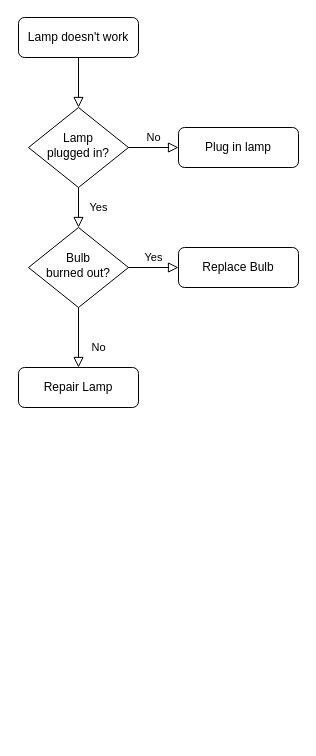
This is test.drawio from huaruoji/draw.io, a draw.io file, before an edit. Source tidied: cells renumbered, new cells numbered last; positions are measured from the earlier drawing's top-left corner, leaving out a move shared by most shapes. Both pictures are drawn from the tidied source at 100%, with x=0, y=0 at pixel (18, 17).
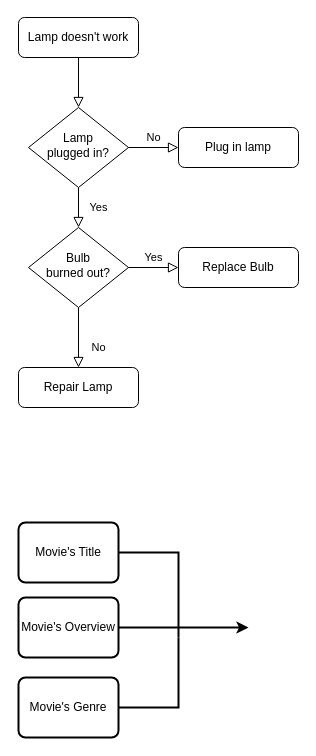
After the change.

What changed in the source:
```diff
@@
+    <mxCell id="13" value="Movie's Title" style="rounded=1;whiteSpace=wrap;html=1;absoluteArcSize=1;arcSize=14;strokeWidth=2;" parent="1" vertex="1">
+      <mxGeometry y="505" width="100" height="60" as="geometry" />
+    </mxCell>
+    <mxCell id="14" value="Movie's Overview" style="rounded=1;whiteSpace=wrap;html=1;absoluteArcSize=1;arcSize=14;strokeWidth=2;" parent="1" vertex="1">
+      <mxGeometry y="580" width="100" height="60" as="geometry" />
+    </mxCell>
+    <mxCell id="15" value="Movie's Genre" style="rounded=1;whiteSpace=wrap;html=1;absoluteArcSize=1;arcSize=14;strokeWidth=2;" parent="1" vertex="1">
+      <mxGeometry y="660" width="100" height="60" as="geometry" />
+    </mxCell>
+    <mxCell id="16" style="group;" parent="1" vertex="1">
+      <mxGeometry x="160" y="535" height="155" as="geometry" />
+    </mxCell>
+    <mxCell id="17" style="endArrow=none;html=1;rounded=0;fontStyle=1;strokeWidth=2;exitX=1;exitY=0.5;exitDx=0;exitDy=0;" parent="16" edge="1" source="13">
+      <mxGeometry relative="1" as="geometry">
+        <mxPoint y="85" as="targetPoint" />
+        <Array as="points">
+          <mxPoint />
+        </Array>
+      </mxGeometry>
+    </mxCell>
+    <mxCell id="18" style="endArrow=none;html=1;rounded=0;strokeWidth=2;exitX=1;exitY=0.5;exitDx=0;exitDy=0;" parent="16" edge="1" source="15">
+      <mxGeometry relative="1" as="geometry">
+        <mxPoint y="85" as="targetPoint" />
+        <Array as="points">
+          <mxPoint y="155" />
+        </Array>
+      </mxGeometry>
+    </mxCell>
+    <mxCell id="19" style="endArrow=none;html=1;rounded=0;strokeWidth=2;exitX=1;exitY=0.5;exitDx=0;exitDy=0;" parent="16" edge="1" source="14">
+      <mxGeometry relative="1" as="geometry">
+        <mxPoint y="75" as="targetPoint" />
+        <Array as="points">
+          <mxPoint y="75" />
+        </Array>
+      </mxGeometry>
+    </mxCell>
+    <mxCell id="20" style="endArrow=classic;html=1;rounded=0;strokeWidth=2;" parent="1" edge="1">
+      <mxGeometry relative="1" as="geometry">
+        <mxPoint x="160" y="610" as="sourcePoint" />
+        <mxPoint x="230" y="610" as="targetPoint" />
+      </mxGeometry>
+    </mxCell>
```
